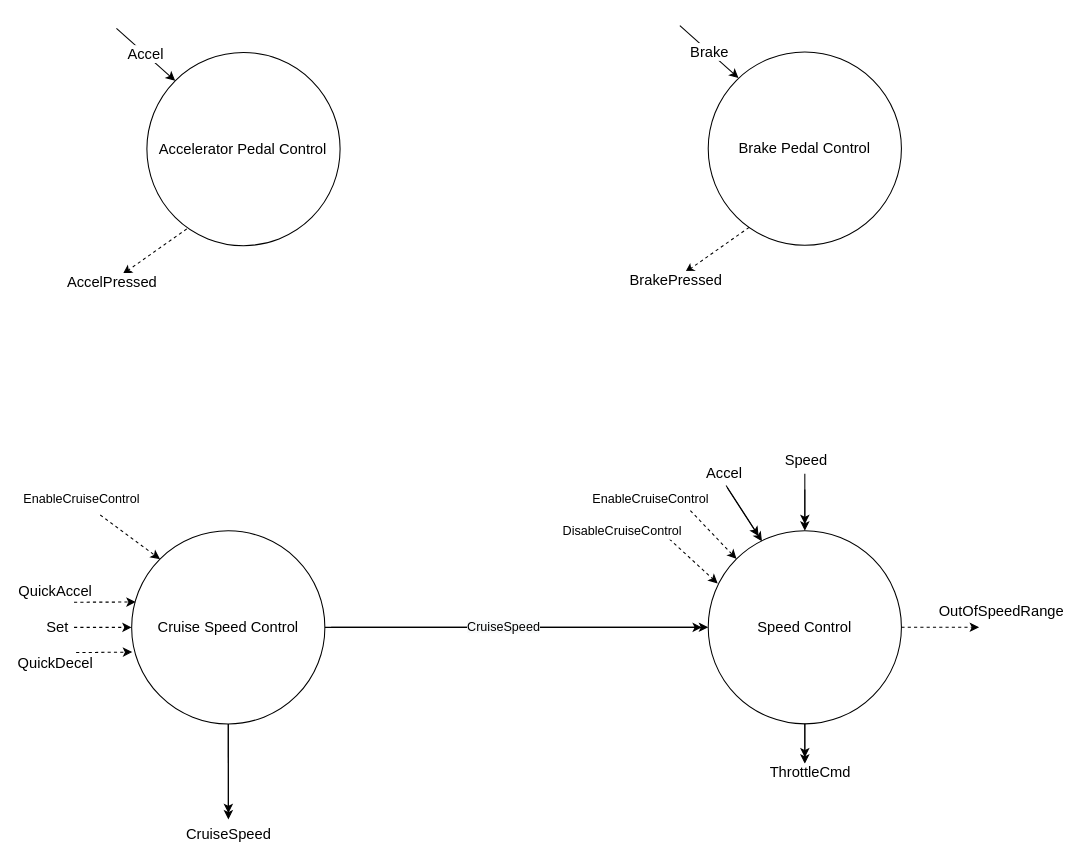
Before: Diagrams/driving_control_refinement.drawio in jacoballen4534/Cruise-Controller, a draw.io diagram. Source tidied: cells renumbered, new cells numbered last; positions are measured from the earlier drawing's top-left corner, leaving out a move shared by most shapes. Both pictures are drawn from the tidied source at 105%, with x=0, y=0 at pixel (74, 25).
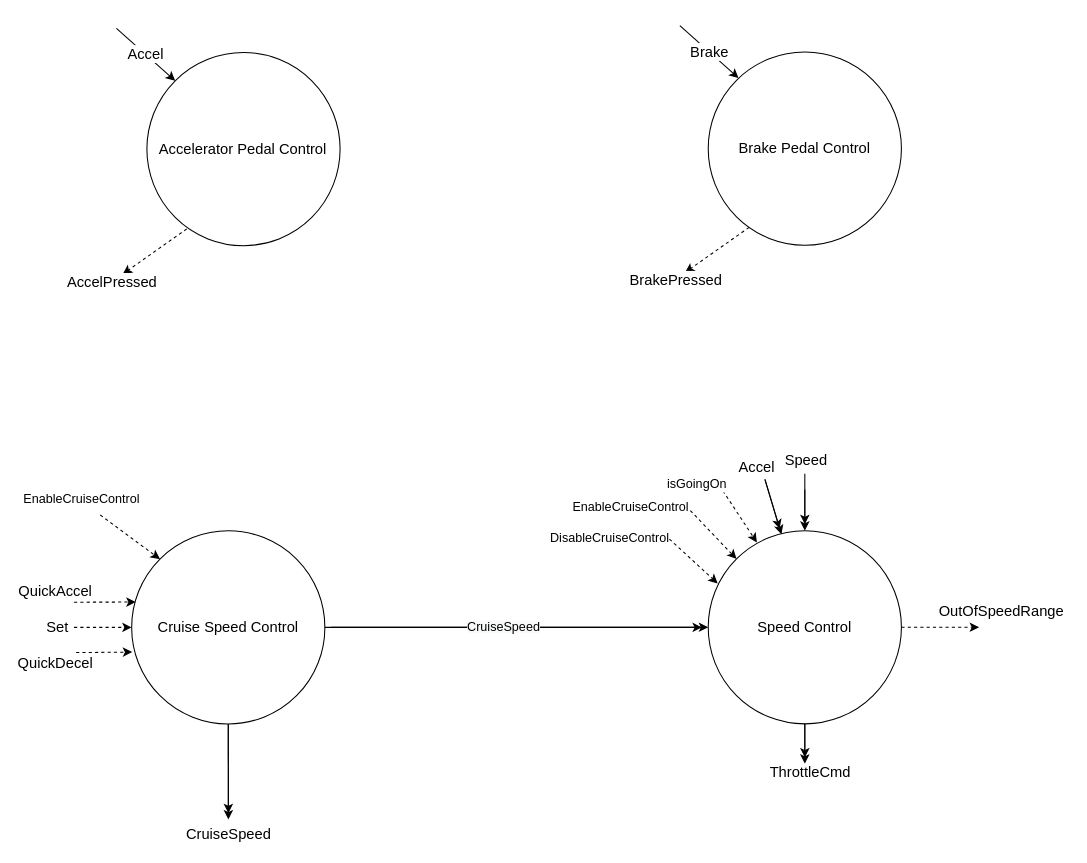
The same page after the edit.

Commit message (it also covers changes not shown here):
Add isGoingOn to the context diagrams

The change refers to these unchanged cells:
```xml
<mxCell id="4" value="Speed Control" style="ellipse;whiteSpace=wrap;html=1;fontSize=14;" parent="1" vertex="1">
  <mxGeometry x="604" y="480.9" width="184" height="184" as="geometry" />
</mxCell>
<mxCell id="27" style="endArrow=classic;html=1;strokeColor=#000000;fontSize=14;entryX=0;entryY=0;entryDx=0;entryDy=0;dashed=1;" parent="1" edge="1" target="4">
  <mxGeometry relative="1" as="geometry">
    <mxPoint x="587" y="461.8" as="sourcePoint" />
  </mxGeometry>
</mxCell>
<mxCell id="37" style="endArrow=classic;html=1;entryX=0.049;entryY=0.273;entryDx=0;entryDy=0;entryPerimeter=0;dashed=1;" parent="1" edge="1" target="4">
  <mxGeometry relative="1" as="geometry">
    <mxPoint x="567" y="488.9" as="sourcePoint" />
  </mxGeometry>
</mxCell>
```

Diff of the diagram source:
```diff
@@
-    <mxCell id="22" style="endArrow=classic;html=1;strokeColor=#000000;entryX=0.278;entryY=0.055;entryDx=0;entryDy=0;fontSize=14;entryPerimeter=0;" parent="1" edge="1" target="4">
+    <mxCell id="22" style="endArrow=classic;html=1;strokeColor=#000000;entryX=0.379;entryY=0.019;entryDx=0;entryDy=0;fontSize=14;entryPerimeter=0;" parent="1" edge="1" target="4">
       <mxGeometry relative="1" as="geometry">
-        <mxPoint x="622" y="439.8" as="sourcePoint" />
+        <mxPoint x="658" y="432" as="sourcePoint" />
       </mxGeometry>
     </mxCell>
     <mxCell id="23" style="endArrow=classic;html=1;strokeColor=#000000;fontSize=14;" parent="1" edge="1">
       <mxGeometry relative="1" as="geometry">
-        <mxPoint x="621" y="437.8" as="sourcePoint" />
-        <mxPoint x="652" y="485.9" as="targetPoint" />
+        <mxPoint x="658" y="432" as="sourcePoint" />
+        <mxPoint x="672" y="479" as="targetPoint" />
       </mxGeometry>
     </mxCell>
     <mxCell id="24" value="Accel" style="text;html=1;align=center;verticalAlign=middle;labelBackgroundColor=#ffffff;fontSize=14;" parent="23" vertex="1">
       <mxGeometry x="0.57" y="-1" relative="1" as="geometry">
-        <mxPoint x="-26.4" y="-51.1" as="offset" />
+        <mxPoint x="-18" y="-48.1" as="offset" />
       </mxGeometry>
     </mxCell>
@@
     <mxCell id="28" value="&lt;font style=&quot;font-size: 12px&quot;&gt;&lt;font&gt;Enable&lt;/font&gt;CruiseControl&lt;/font&gt;" style="edgeLabel;html=1;align=center;verticalAlign=middle;" parent="27" vertex="1">
       <mxGeometry x="-0.71" y="3" relative="1" as="geometry">
-        <mxPoint x="-46.5" y="-15.6" as="offset" />
+        <mxPoint x="-65.4" y="-7.3" as="offset" />
       </mxGeometry>
     </mxCell>
@@
     <mxCell id="38" value="&lt;font style=&quot;font-size: 12px&quot;&gt;DisableCruiseControl&lt;/font&gt;" style="edgeLabel;html=1;align=center;verticalAlign=middle;" parent="37" vertex="1">
       <mxGeometry x="-0.21" relative="1" as="geometry">
-        <mxPoint x="-64.3" y="-24.8" as="offset" />
+        <mxPoint x="-76.2" y="-18.5" as="offset" />
       </mxGeometry>
     </mxCell>
+    <mxCell id="39" style="endArrow=classic;html=1;entryX=0.252;entryY=0.061;entryDx=0;entryDy=0;entryPerimeter=0;dashed=1;" parent="1" edge="1" target="4">
+      <mxGeometry relative="1" as="geometry">
+        <mxPoint x="618" y="443" as="sourcePoint" />
+      </mxGeometry>
+    </mxCell>
+    <mxCell id="40" value="&lt;font style=&quot;font-size: 12px&quot;&gt;isGoingOn&lt;/font&gt;" style="edgeLabel;html=1;align=center;verticalAlign=middle;" parent="39" vertex="1">
+      <mxGeometry x="-0.83" y="1" relative="1" as="geometry">
+        <mxPoint x="-29.5" y="-10.5" as="offset" />
+      </mxGeometry>
+    </mxCell>
```
